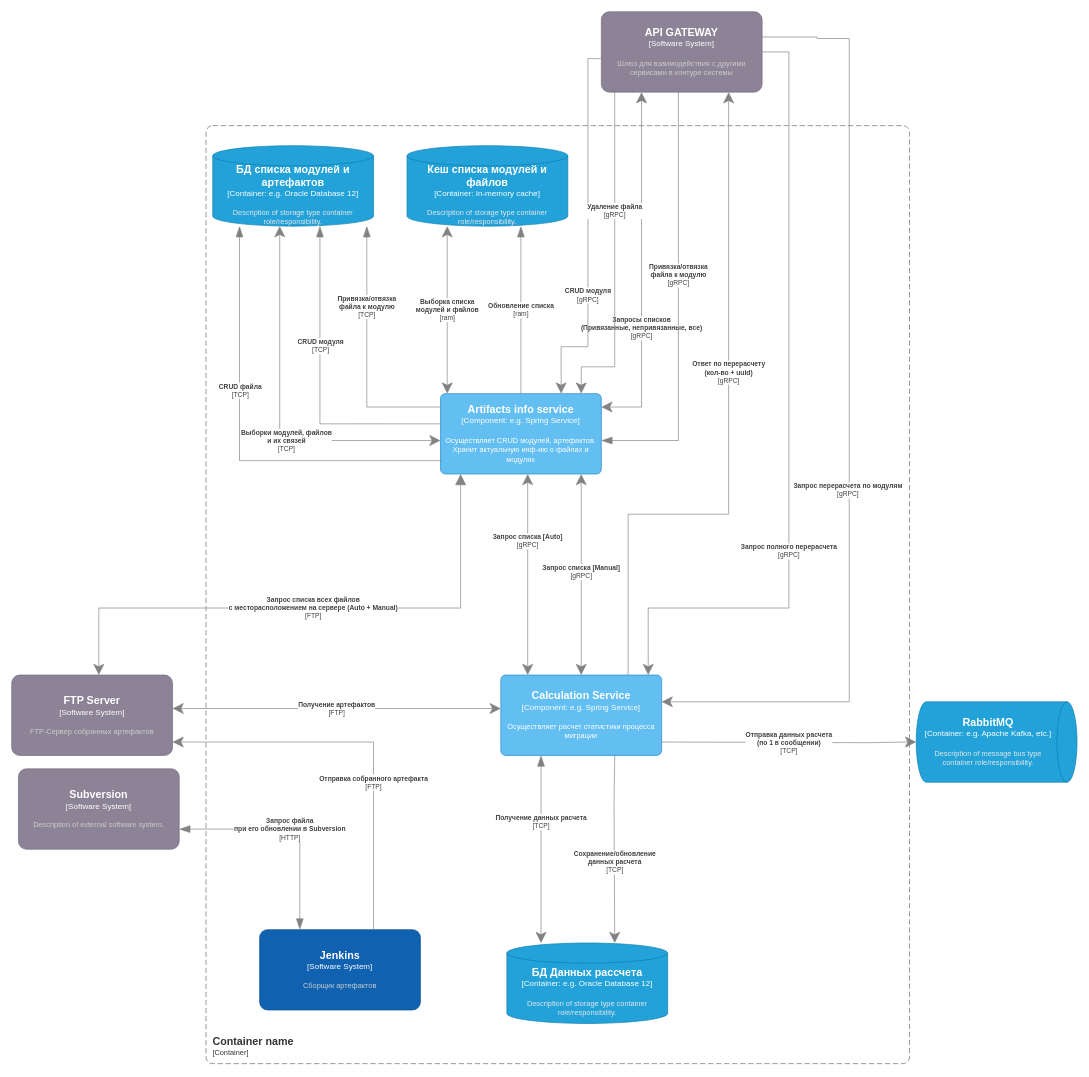
Earlier version of the draw.io diagram page "Руслан" (4 of 4) of diagrams/src/Rus.drawio (Wraithname/OTUSProject-Docs). Source tidied: cells renumbered, new cells numbered last; positions are measured from the earlier drawing's top-left corner, leaving out a move shared by most shapes. Both pictures are drawn from the tidied source at 67%, with x=0, y=0 at pixel (11, 11).
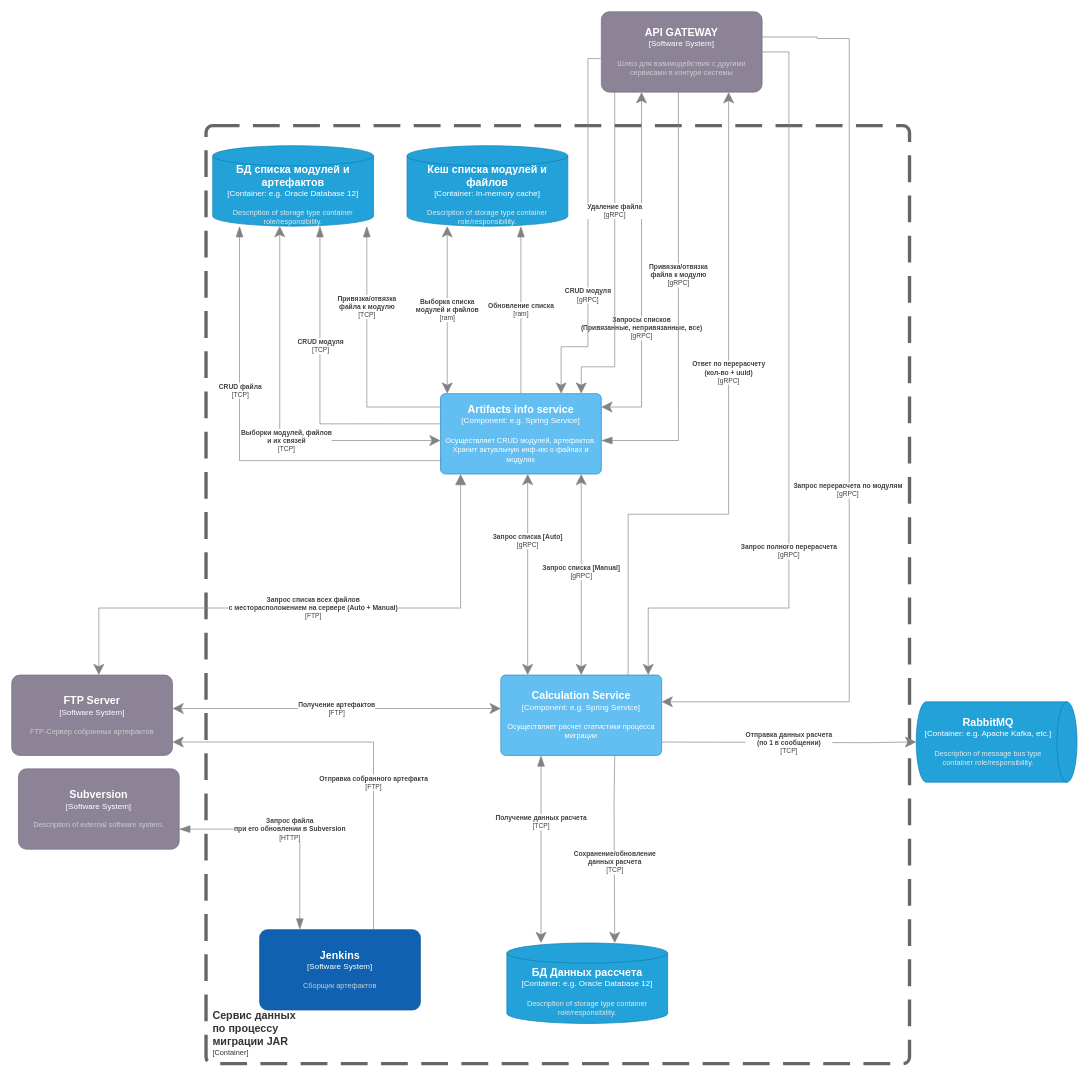
After the change.

Change to the diagram source:
```diff
@@
-    <object id="5" label="&lt;font style=&quot;font-size: 16px&quot;&gt;&lt;b&gt;&lt;div style=&quot;text-align: left&quot;&gt;%c4Name%&lt;/div&gt;&lt;/b&gt;&lt;/font&gt;&lt;div style=&quot;text-align: left&quot;&gt;[%c4Application%]&lt;/div&gt;" c4Application="Container" c4Name="Container name" placeholders="1">
-      <mxCell style="rounded=1;fontSize=11;whiteSpace=wrap;html=1;dashed=1;arcSize=20;fillColor=none;strokeColor=#666666;fontColor=#333333;labelBackgroundColor=none;align=left;verticalAlign=bottom;labelBorderColor=none;spacingTop=0;spacing=10;dashPattern=8 4;perimeter=rectanglePerimeter;noLabel=0;labelPadding=0;absoluteArcSize=1;" parent="1" vertex="1">
+    <object id="5" label="&lt;font style=&quot;font-size: 16px&quot;&gt;&lt;b&gt;&lt;div style=&quot;text-align: left&quot;&gt;%c4Name%&lt;/div&gt;&lt;/b&gt;&lt;/font&gt;&lt;div style=&quot;text-align: left&quot;&gt;[%c4Application%]&lt;/div&gt;" c4Application="Container" c4Name="Сервис данных &#10;по процессу &#10;миграции JAR" placeholders="1">
+      <mxCell style="rounded=1;fontSize=11;whiteSpace=wrap;html=1;dashed=1;arcSize=20;fillColor=none;strokeColor=#666666;fontColor=#333333;labelBackgroundColor=none;align=left;verticalAlign=bottom;labelBorderColor=none;spacingTop=0;spacing=10;dashPattern=8 4;perimeter=rectanglePerimeter;noLabel=0;labelPadding=0;absoluteArcSize=1;strokeWidth=5;" parent="1" vertex="1">
         <mxGeometry x="290" y="170" width="1050" height="1400" as="geometry" />
       </mxCell>
     </object>
```
